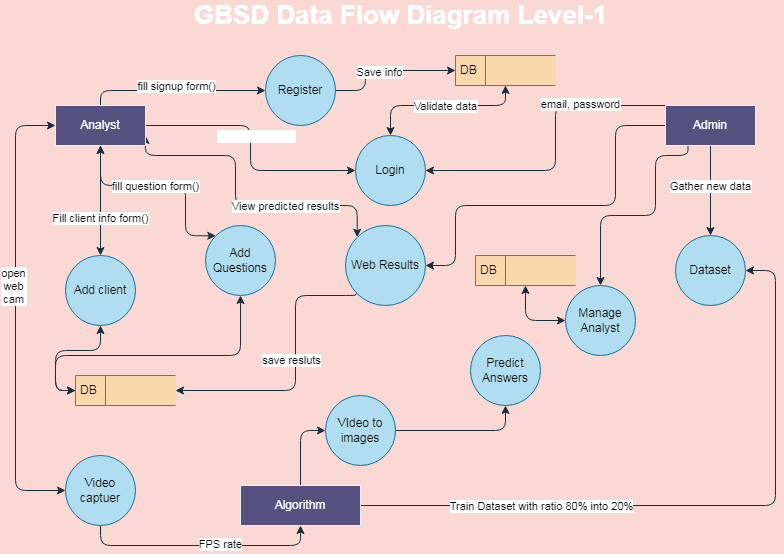
This is DFD_L1_GBSD.png from mabdulrafea101/sohaib_fyp_docs, a draw.io export, as it was before one commit. Source tidied: cells renumbered, new cells last; positions are measured from the earlier drawing's top-left corner, leaving out a move shared by most shapes.
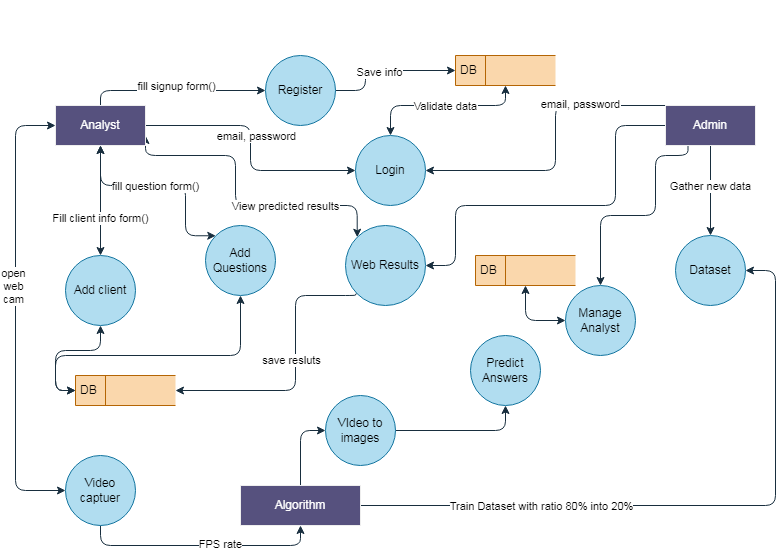
Later version of the same file.

Change to the diagram source:
```diff
@@ -21,7 +21,7 @@
     <mxCell id="6" value="Fill client info form()" style="edgeLabel;html=1;align=center;verticalAlign=middle;fontColor=#FFFFFF;" parent="5" vertex="1">
       <mxGeometry x="0.31" relative="1" as="geometry" />
     </mxCell>
-    <mxCell id="7" value="Fill client info form()" style="edgeLabel;html=1;align=center;verticalAlign=middle;fontColor=#000000;" parent="5" vertex="1">
+    <mxCell id="7" value="&lt;font color=&quot;#000000&quot;&gt;Fill client info form()&lt;/font&gt;" style="edgeLabel;html=1;align=center;verticalAlign=middle;fontColor=#000000;" parent="5" vertex="1">
       <mxGeometry x="0.31" relative="1" as="geometry">
         <mxPoint x="-1" as="offset" />
       </mxGeometry>
@@ -40,7 +40,7 @@
         <mxPoint x="14" y="2" as="offset" />
       </mxGeometry>
     </mxCell>
-    <mxCell id="10" value="fill question form()" style="edgeLabel;html=1;align=center;verticalAlign=middle;fontColor=#000000;" parent="8" vertex="1">
+    <mxCell id="10" value="&lt;font color=&quot;#000000&quot;&gt;fill question form()&lt;/font&gt;" style="edgeLabel;html=1;align=center;verticalAlign=middle;fontColor=#000000;" parent="8" vertex="1">
       <mxGeometry x="-0.21" y="2" relative="1" as="geometry">
         <mxPoint x="13" y="2" as="offset" />
       </mxGeometry>
@@ -56,7 +56,7 @@
     <mxCell id="12" value="open&lt;br&gt;web&lt;br&gt;cam" style="edgeLabel;html=1;align=center;verticalAlign=middle;fontColor=#FFFFFF;" parent="11" vertex="1">
       <mxGeometry x="-0.12" y="-2" relative="1" as="geometry" />
     </mxCell>
-    <mxCell id="13" value="open&lt;br&gt;web&lt;br&gt;cam" style="edgeLabel;html=1;align=center;verticalAlign=middle;fontColor=#000000;" parent="11" vertex="1">
+    <mxCell id="13" value="&lt;font color=&quot;#000000&quot;&gt;open&lt;br&gt;web&lt;br&gt;cam&lt;/font&gt;" style="edgeLabel;html=1;align=center;verticalAlign=middle;fontColor=#000000;" parent="11" vertex="1">
       <mxGeometry x="-0.12" y="-2" relative="1" as="geometry">
         <mxPoint x="-1" as="offset" />
       </mxGeometry>
@@ -76,7 +76,7 @@
         <mxPoint x="25" y="-4" as="offset" />
       </mxGeometry>
     </mxCell>
-    <mxCell id="16" value="View predicted results" style="edgeLabel;html=1;align=center;verticalAlign=middle;fontColor=#000000;" parent="14" vertex="1">
+    <mxCell id="16" value="&lt;font color=&quot;#000000&quot;&gt;View predicted results&lt;/font&gt;" style="edgeLabel;html=1;align=center;verticalAlign=middle;fontColor=#000000;" parent="14" vertex="1">
       <mxGeometry x="0.18" y="-4" relative="1" as="geometry">
         <mxPoint x="24" y="-4" as="offset" />
       </mxGeometry>
@@ -95,17 +95,17 @@
     <mxCell id="19" value="email, password" style="edgeLabel;html=1;align=center;verticalAlign=middle;fontColor=#FFFFFF;" parent="18" vertex="1">
       <mxGeometry x="-0.26" y="-2" relative="1" as="geometry" />
     </mxCell>
-    <mxCell id="20" value="email, password" style="edgeLabel;html=1;align=center;verticalAlign=middle;fontColor=#FFFFFF;" parent="18" vertex="1">
+    <mxCell id="20" value="&lt;font color=&quot;#000000&quot;&gt;email, password&lt;/font&gt;" style="edgeLabel;html=1;align=center;verticalAlign=middle;fontColor=#FFFFFF;" parent="18" vertex="1">
       <mxGeometry x="-0.26" y="-2" relative="1" as="geometry">
         <mxPoint x="-325" y="32" as="offset" />
       </mxGeometry>
     </mxCell>
-    <mxCell id="21" value="fill signup form()" style="edgeLabel;html=1;align=center;verticalAlign=middle;fontColor=#000000;" parent="18" vertex="1">
+    <mxCell id="21" value="&lt;font color=&quot;#000000&quot;&gt;fill signup form()&lt;/font&gt;" style="edgeLabel;html=1;align=center;verticalAlign=middle;fontColor=#000000;" parent="18" vertex="1">
       <mxGeometry x="-0.26" y="-2" relative="1" as="geometry">
         <mxPoint x="-405" y="-18" as="offset" />
       </mxGeometry>
     </mxCell>
-    <mxCell id="22" value="email, password" style="edgeLabel;html=1;align=center;verticalAlign=middle;fontColor=#000000;" parent="18" vertex="1">
+    <mxCell id="22" value="&lt;font color=&quot;#000000&quot;&gt;email, password&lt;/font&gt;" style="edgeLabel;html=1;align=center;verticalAlign=middle;fontColor=#000000;" parent="18" vertex="1">
       <mxGeometry x="-0.26" y="-2" relative="1" as="geometry">
         <mxPoint x="-1" as="offset" />
       </mxGeometry>
@@ -118,7 +118,7 @@
         <mxPoint x="2" y="-14" as="offset" />
       </mxGeometry>
     </mxCell>
-    <mxCell id="25" value="Gather new data" style="edgeLabel;html=1;align=center;verticalAlign=middle;fontColor=#000000;" parent="23" vertex="1">
+    <mxCell id="25" value="&lt;font color=&quot;#000000&quot;&gt;Gather new data&lt;/font&gt;" style="edgeLabel;html=1;align=center;verticalAlign=middle;fontColor=#000000;" parent="23" vertex="1">
       <mxGeometry x="0.19" y="-2" relative="1" as="geometry">
         <mxPoint x="1" y="-14" as="offset" />
       </mxGeometry>
@@ -157,7 +157,7 @@
         </Array>
       </mxGeometry>
     </mxCell>
-    <mxCell id="31" value="Train Dataset with ratio 80% into 20%" style="edgeLabel;html=1;align=center;verticalAlign=middle;fontColor=#000000;" parent="30" vertex="1">
+    <mxCell id="31" value="&lt;font color=&quot;#000000&quot;&gt;Train Dataset with ratio 80% into 20%&lt;/font&gt;" style="edgeLabel;html=1;align=center;verticalAlign=middle;fontColor=#000000;" parent="30" vertex="1">
       <mxGeometry x="-0.52" y="1" relative="1" as="geometry">
         <mxPoint x="18" y="1" as="offset" />
       </mxGeometry>
@@ -178,7 +178,7 @@
         <mxPoint x="32" y="-3" as="offset" />
       </mxGeometry>
     </mxCell>
-    <mxCell id="35" value="Validate data" style="edgeLabel;html=1;align=center;verticalAlign=middle;fontColor=#000000;" parent="33" vertex="1">
+    <mxCell id="35" value="&lt;font color=&quot;#000000&quot;&gt;Validate data&lt;/font&gt;" style="edgeLabel;html=1;align=center;verticalAlign=middle;fontColor=#000000;" parent="33" vertex="1">
       <mxGeometry x="-0.36" y="-3" relative="1" as="geometry">
         <mxPoint x="31" y="-3" as="offset" />
       </mxGeometry>
@@ -203,7 +203,7 @@
     <mxCell id="40" value="Save info" style="edgeLabel;html=1;align=center;verticalAlign=middle;fontColor=#FFFFFF;" parent="39" vertex="1">
       <mxGeometry x="-0.09" y="-1" relative="1" as="geometry" />
     </mxCell>
-    <mxCell id="41" value="Save info" style="edgeLabel;html=1;align=center;verticalAlign=middle;fontColor=#000000;" parent="39" vertex="1">
+    <mxCell id="41" value="&lt;font color=&quot;#000000&quot;&gt;Save info&lt;/font&gt;" style="edgeLabel;html=1;align=center;verticalAlign=middle;fontColor=#000000;" parent="39" vertex="1">
       <mxGeometry x="-0.09" y="-1" relative="1" as="geometry">
         <mxPoint x="-1" as="offset" />
       </mxGeometry>
@@ -240,7 +240,7 @@
         </Array>
       </mxGeometry>
     </mxCell>
-    <mxCell id="49" value="FPS rate" style="edgeLabel;html=1;align=center;verticalAlign=middle;fontColor=#000000;" parent="48" vertex="1">
+    <mxCell id="49" value="&lt;font color=&quot;#000000&quot;&gt;FPS rate&lt;/font&gt;" style="edgeLabel;html=1;align=center;verticalAlign=middle;fontColor=#000000;" parent="48" vertex="1">
       <mxGeometry x="-0.45" y="2" relative="1" as="geometry">
         <mxPoint x="73" as="offset" />
       </mxGeometry>
@@ -263,7 +263,7 @@
         </Array>
       </mxGeometry>
     </mxCell>
-    <mxCell id="54" value="save resluts" style="edgeLabel;html=1;align=center;verticalAlign=middle;fontColor=#000000;" parent="53" vertex="1">
+    <mxCell id="54" value="&lt;font color=&quot;#000000&quot;&gt;save resluts&lt;/font&gt;" style="edgeLabel;html=1;align=center;verticalAlign=middle;fontColor=#000000;" parent="53" vertex="1">
       <mxGeometry x="-0.33" relative="1" as="geometry">
         <mxPoint x="-5" y="35" as="offset" />
       </mxGeometry>
```
